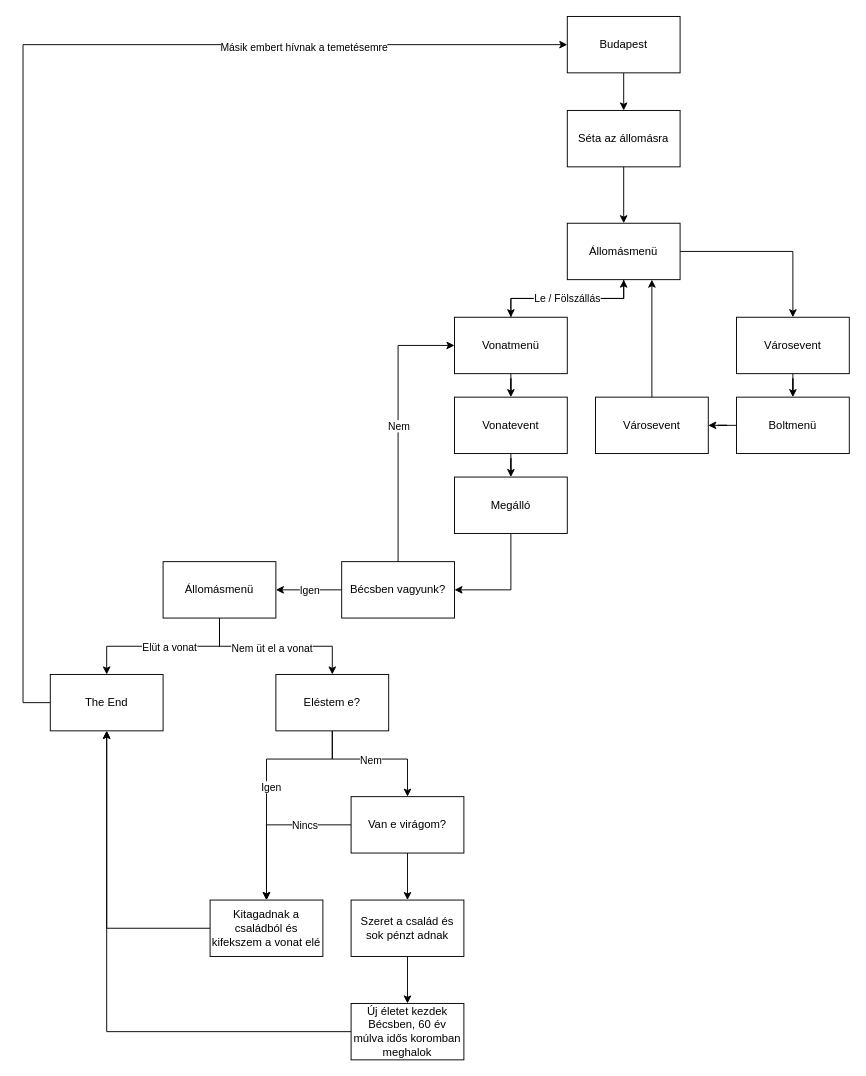
Earlier version of the draw.io diagram graf.drawio (akosjdlk-60/mavjatek). Source tidied: cells renumbered, new cells numbered last; positions are measured from the earlier drawing's top-left corner, leaving out a move shared by most shapes. Both pictures are drawn from the tidied source at 94%, with x=0, y=0 at pixel (23, 16).
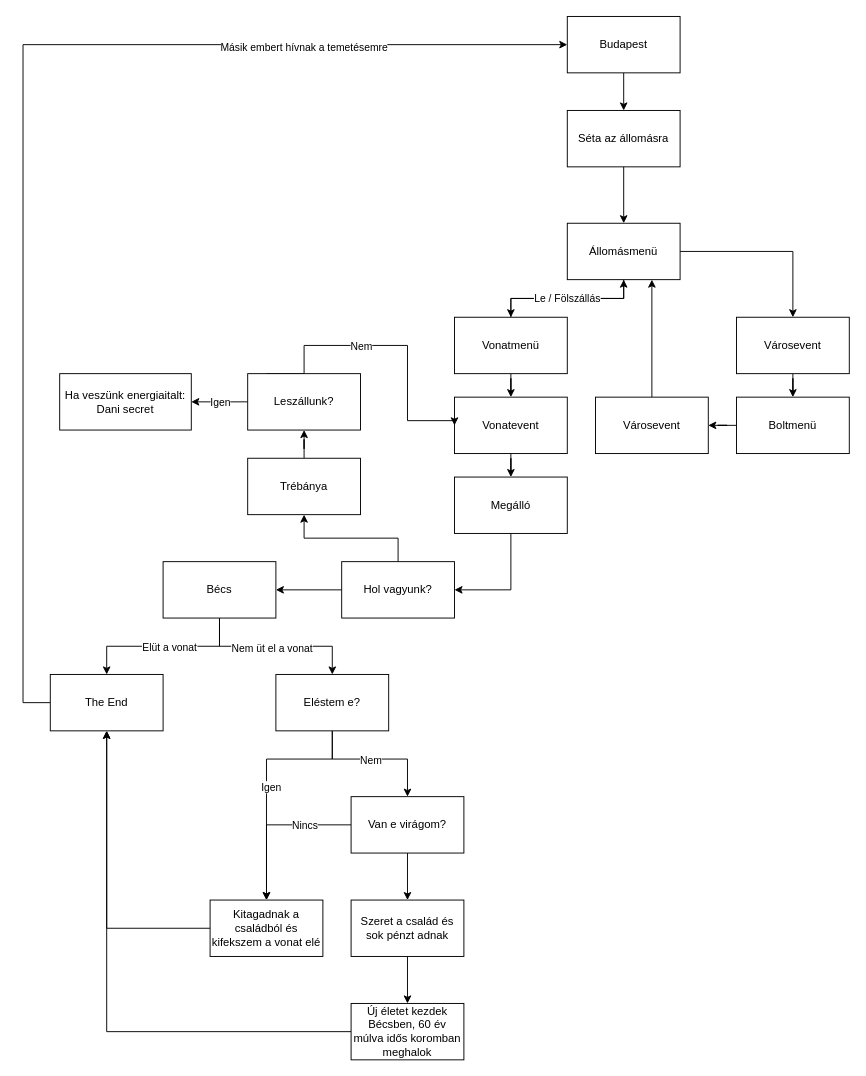
The same page after the edit.

Unchanged cells that the change refers to:
```xml
<mxCell id="8" value="Vonatmenü" style="rounded=0;whiteSpace=wrap;html=1;" parent="1" vertex="1">
  <mxGeometry x="459" y="320" width="120" height="60" as="geometry" />
</mxCell>
<mxCell id="16" value="Vonatevent" style="rounded=0;whiteSpace=wrap;html=1;" parent="1" vertex="1">
  <mxGeometry x="459" y="405" width="120" height="60" as="geometry" />
</mxCell>
<mxCell id="30" style="endArrow=classic;html=1;rounded=0;exitX=0;exitY=0.5;exitDx=0;exitDy=0;entryX=1;entryY=0.5;entryDx=0;entryDy=0;" parent="1" edge="1" source="19" target="29">
  <mxGeometry relative="1" as="geometry" />
</mxCell>
```

Diff of the diagram source:
```diff
@@
+    <mxCell id="52" style="edgeStyle=orthogonalEdgeStyle;rounded=0;jettySize=auto;html=1;" parent="1" edge="1" source="19" target="54">
+      <mxGeometry relative="1" as="geometry" />
+    </mxCell>
-    <mxCell id="19" value="Bécsben vagyunk?" style="rounded=0;whiteSpace=wrap;html=1;" parent="1" vertex="1">
+    <mxCell id="19" value="Hol vagyunk?" style="rounded=0;whiteSpace=wrap;html=1;" parent="1" vertex="1">
       <mxGeometry x="339" y="580" width="120" height="60" as="geometry" />
     </mxCell>
@@
-    <mxCell id="22" style="endArrow=classic;html=1;rounded=0;exitX=0.5;exitY=0;exitDx=0;exitDy=0;entryX=0;entryY=0.5;entryDx=0;entryDy=0;" parent="1" edge="1" source="19" target="8">
-      <mxGeometry relative="1" as="geometry">
-        <Array as="points">
-          <mxPoint x="399" y="350" />
-        </Array>
-      </mxGeometry>
-    </mxCell>
-    <mxCell id="23" value="Nem" style="edgeLabel;html=1;align=center;verticalAlign=middle;" parent="22" vertex="1">
-      <mxGeometry relative="1" as="geometry" />
-    </mxCell>
@@
-    <mxCell id="29" value="Állomásmenü" style="rounded=0;whiteSpace=wrap;html=1;" parent="1" vertex="1">
+    <mxCell id="29" value="Bécs" style="rounded=0;whiteSpace=wrap;html=1;" parent="1" vertex="1">
       <mxGeometry x="149" y="580" width="120" height="60" as="geometry" />
     </mxCell>
@@
-    <mxCell id="31" value="Igen" style="edgeLabel;html=1;align=center;verticalAlign=middle;" parent="30" vertex="1">
-      <mxGeometry relative="1" as="geometry" />
-    </mxCell>
@@
+    <mxCell id="53" style="edgeStyle=orthogonalEdgeStyle;rounded=0;jettySize=auto;html=1;" parent="1" edge="1" source="54" target="57">
+      <mxGeometry relative="1" as="geometry" />
+    </mxCell>
+    <mxCell id="54" value="Trébánya" style="whiteSpace=wrap;html=1;rounded=0;" parent="1" vertex="1">
+      <mxGeometry x="239" y="470" width="120" height="60" as="geometry" />
+    </mxCell>
+    <mxCell id="55" style="edgeStyle=orthogonalEdgeStyle;rounded=0;jettySize=auto;html=1;entryX=0;entryY=0.5;entryDx=0;entryDy=0;" parent="1" edge="1" target="16">
+      <mxGeometry relative="1" as="geometry">
+        <mxPoint x="259" y="380" as="sourcePoint" />
+        <Array as="points">
+          <mxPoint x="299" y="380" />
+          <mxPoint x="299" y="350" />
+          <mxPoint x="409" y="350" />
+          <mxPoint x="409" y="430" />
+          <mxPoint x="459" y="430" />
+        </Array>
+      </mxGeometry>
+    </mxCell>
+    <mxCell id="23" value="Nem" style="edgeLabel;html=1;align=center;verticalAlign=middle;" parent="55" vertex="1">
+      <mxGeometry x="0.15" y="-5" relative="1" as="geometry">
+        <mxPoint x="-45" y="-1" as="offset" />
+      </mxGeometry>
+    </mxCell>
+    <mxCell id="56" style="edgeStyle=orthogonalEdgeStyle;rounded=0;jettySize=auto;html=1;" parent="1" edge="1" source="57" target="58">
+      <mxGeometry relative="1" as="geometry" />
+    </mxCell>
+    <mxCell id="31" value="Igen" style="edgeLabel;html=1;align=center;verticalAlign=middle;" parent="56" vertex="1">
+      <mxGeometry x="-0.07" y="2" relative="1" as="geometry">
+        <mxPoint x="-2" y="-2" as="offset" />
+      </mxGeometry>
+    </mxCell>
+    <mxCell id="57" value="Leszállunk?" style="whiteSpace=wrap;html=1;rounded=0;" parent="1" vertex="1">
+      <mxGeometry x="239" y="380" width="120" height="60" as="geometry" />
+    </mxCell>
+    <mxCell id="58" value="Ha veszünk energiaitalt:&lt;br&gt;Dani secret" style="rounded=0;whiteSpace=wrap;html=1;" parent="1" vertex="1">
+      <mxGeometry x="39" y="380" width="140" height="60" as="geometry" />
+    </mxCell>
```
